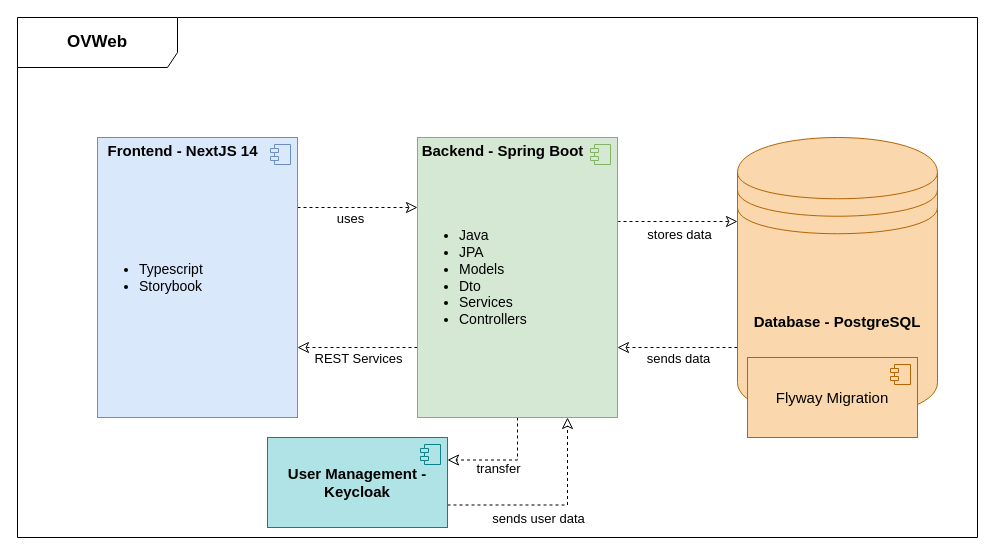
Draxx7236/IPA-2024 keeps this draw.io diagram as IPA/Diagramme/Source/Projektstruktur.drawio. Above is the earlier version. Source tidied: cells renumbered, new cells numbered last; positions are measured from the earlier drawing's top-left corner, leaving out a move shared by most shapes. Both pictures are drawn from the tidied source at 100%, with x=0, y=0 at pixel (17, 17).
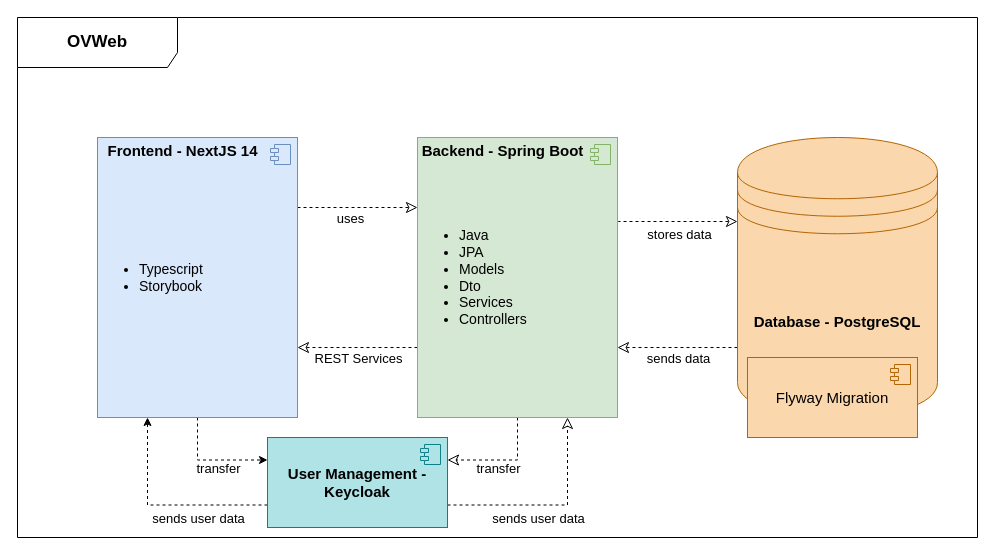
After the change.

The change refers to these unchanged cells:
```xml
<mxCell id="5" value="&lt;div style=&quot;font-size: 14px;&quot; align=&quot;left&quot;&gt;&lt;ul&gt;&lt;li&gt;Typescript&lt;/li&gt;&lt;li&gt;&lt;div&gt;Storybook&lt;br&gt;&lt;/div&gt;&lt;/li&gt;&lt;/ul&gt;&lt;/div&gt;" style="html=1;whiteSpace=wrap;align=left;fillColor=#dae8fc;strokeColor=#6c8ebf;" parent="1" vertex="1">
  <mxGeometry x="80" y="120" width="200" height="280" as="geometry" />
</mxCell>
<mxCell id="24" value="&lt;font style=&quot;font-size: 15px;&quot;&gt;&lt;b&gt;User Management -Keycloak&lt;br&gt;&lt;/b&gt;&lt;/font&gt;" style="html=1;whiteSpace=wrap;fillColor=#b0e3e6;strokeColor=#0e8088;" parent="1" vertex="1">
  <mxGeometry x="250" y="420" width="180" height="90" as="geometry" />
</mxCell>
```

Change to the diagram source:
```diff
@@
+    <mxCell id="26" style="edgeStyle=orthogonalEdgeStyle;rounded=0;jettySize=auto;html=1;entryX=0;entryY=0.25;entryDx=0;entryDy=0;dashed=1;" parent="1" edge="1" source="5" target="24">
+      <mxGeometry relative="1" as="geometry" />
+    </mxCell>
@@
+    <mxCell id="27" style="edgeStyle=orthogonalEdgeStyle;rounded=0;jettySize=auto;html=1;entryX=0.25;entryY=1;entryDx=0;entryDy=0;exitX=0;exitY=0.75;exitDx=0;exitDy=0;dashed=1;" parent="1" edge="1" source="24" target="5">
+      <mxGeometry relative="1" as="geometry" />
+    </mxCell>
@@
+    <mxCell id="28" value="&lt;font style=&quot;font-size: 13px;&quot;&gt;transfer&lt;/font&gt;" style="edgeLabel;html=1;align=center;verticalAlign=middle;" parent="1" vertex="1">
+      <mxGeometry x="200" y="450" as="geometry" />
+    </mxCell>
+    <mxCell id="29" value="&lt;font style=&quot;font-size: 13px;&quot;&gt;sends user data&lt;/font&gt;" style="edgeLabel;html=1;align=center;verticalAlign=middle;" parent="1" vertex="1">
+      <mxGeometry x="180" y="500" as="geometry" />
+    </mxCell>
```
